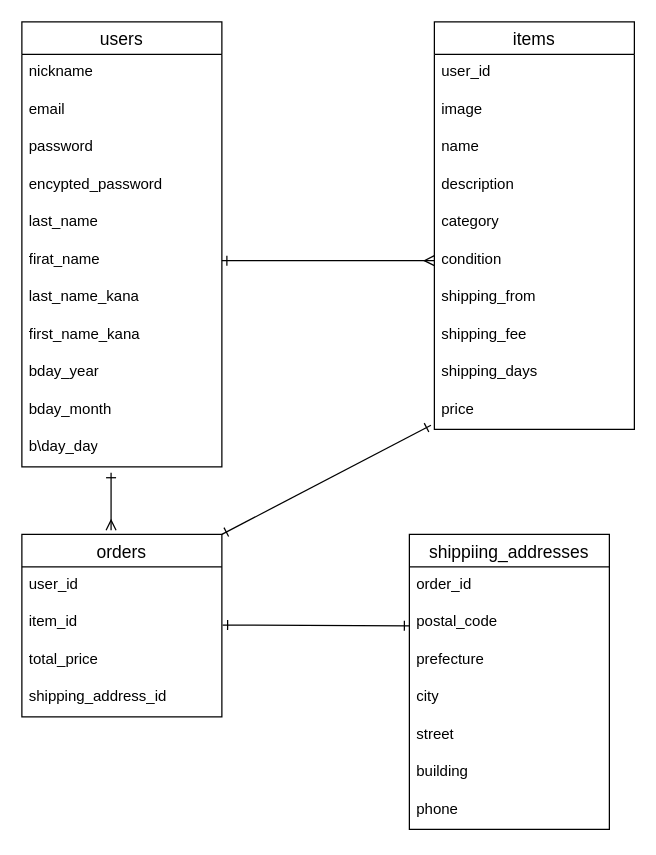
Above: ER.dio in mipei02091218/furima-41811- (draw.io), before the change. Source tidied: cells renumbered, new cells numbered last; positions are measured from the earlier drawing's top-left corner, leaving out a move shared by most shapes. Both pictures are drawn from the tidied source at 125%, with x=0, y=0 at pixel (21, 21).
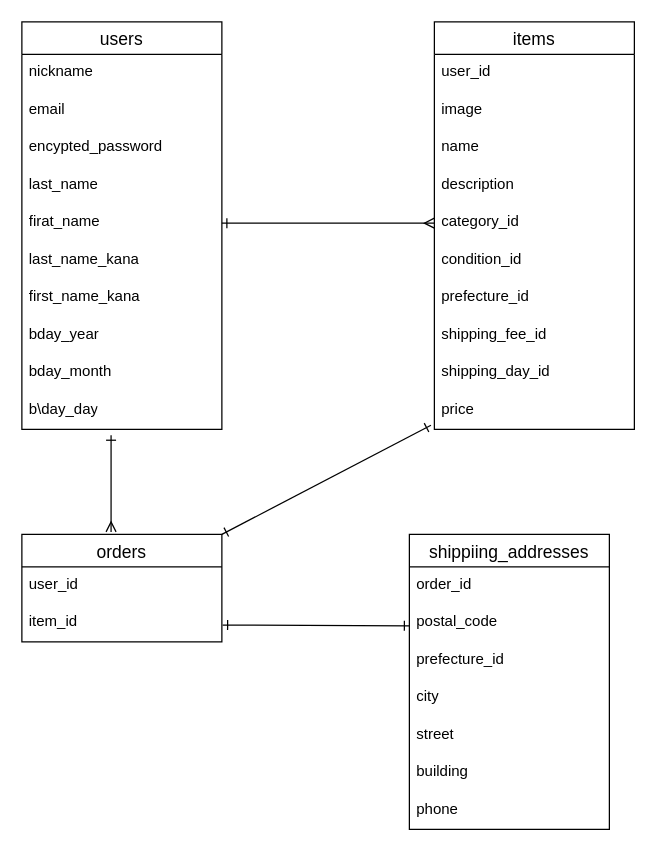
The same page after the edit.

Commit message (it also covers changes not shown here):
ER図とREADMEの修正１

The change refers to these unchanged cells:
```xml
<mxCell id="14" value="items" style="swimlane;fontStyle=0;horizontal=1;startSize=26;align=center;fontSize=14;" parent="1" vertex="1">
  <mxGeometry x="330" width="160" height="326" as="geometry" />
</mxCell>
<mxCell id="30" value="shippiing_addresses" style="swimlane;fontStyle=0;horizontal=1;startSize=26;align=center;fontSize=14;" parent="1" vertex="1">
  <mxGeometry x="310" y="410" width="160" height="236" as="geometry" />
</mxCell>
```

The edit, as a diff of the source:
```diff
@@
     <mxCell id="2" value="users" style="swimlane;fontStyle=0;horizontal=1;startSize=26;align=center;fontSize=14;" parent="1" vertex="1">
-      <mxGeometry width="160" height="356" as="geometry" />
+      <mxGeometry width="160" height="326" as="geometry" />
     </mxCell>
@@
-    <mxCell id="5" value="password" style="text;strokeColor=none;fillColor=none;spacingLeft=4;spacingRight=4;overflow=hidden;fontSize=12;whiteSpace=wrap;html=1;" parent="2" vertex="1">
-      <mxGeometry y="86" width="160" height="30" as="geometry" />
-    </mxCell>
     <mxCell id="6" value="encypted_password" style="text;strokeColor=none;fillColor=none;spacingLeft=4;spacingRight=4;overflow=hidden;fontSize=12;whiteSpace=wrap;html=1;" parent="2" vertex="1">
-      <mxGeometry y="116" width="160" height="30" as="geometry" />
+      <mxGeometry y="86" width="160" height="30" as="geometry" />
     </mxCell>
     <mxCell id="7" value="last_name" style="text;strokeColor=none;fillColor=none;spacingLeft=4;spacingRight=4;overflow=hidden;fontSize=12;whiteSpace=wrap;html=1;" parent="2" vertex="1">
-      <mxGeometry y="146" width="160" height="30" as="geometry" />
+      <mxGeometry y="116" width="160" height="30" as="geometry" />
     </mxCell>
     <mxCell id="8" value="firat_name" style="text;strokeColor=none;fillColor=none;spacingLeft=4;spacingRight=4;overflow=hidden;points=[[0,0.5],[1,0.5]];portConstraint=eastwest;fontSize=12;whiteSpace=wrap;html=1;" parent="2" vertex="1">
-      <mxGeometry y="176" width="160" height="30" as="geometry" />
+      <mxGeometry y="146" width="160" height="30" as="geometry" />
     </mxCell>
     <mxCell id="9" value="last_name_kana" style="text;strokeColor=none;fillColor=none;spacingLeft=4;spacingRight=4;overflow=hidden;fontSize=12;whiteSpace=wrap;html=1;" parent="2" vertex="1">
-      <mxGeometry y="206" width="160" height="30" as="geometry" />
+      <mxGeometry y="176" width="160" height="30" as="geometry" />
     </mxCell>
     <mxCell id="10" value="first_name_kana" style="text;strokeColor=none;fillColor=none;spacingLeft=4;spacingRight=4;overflow=hidden;fontSize=12;whiteSpace=wrap;html=1;" parent="2" vertex="1">
-      <mxGeometry y="236" width="160" height="30" as="geometry" />
+      <mxGeometry y="206" width="160" height="30" as="geometry" />
     </mxCell>
     <mxCell id="11" value="bday_year" style="text;strokeColor=none;fillColor=none;spacingLeft=4;spacingRight=4;overflow=hidden;fontSize=12;whiteSpace=wrap;html=1;" parent="2" vertex="1">
-      <mxGeometry y="266" width="160" height="30" as="geometry" />
+      <mxGeometry y="236" width="160" height="30" as="geometry" />
     </mxCell>
     <mxCell id="12" value="bday_month" style="text;strokeColor=none;fillColor=none;spacingLeft=4;spacingRight=4;overflow=hidden;fontSize=12;whiteSpace=wrap;html=1;" parent="2" vertex="1">
-      <mxGeometry y="296" width="160" height="30" as="geometry" />
+      <mxGeometry y="266" width="160" height="30" as="geometry" />
     </mxCell>
     <mxCell id="13" value="b\day_day" style="text;strokeColor=none;fillColor=none;spacingLeft=4;spacingRight=4;overflow=hidden;points=[[0,0.5],[1,0.5]];portConstraint=eastwest;fontSize=12;whiteSpace=wrap;html=1;" parent="2" vertex="1">
-      <mxGeometry y="326" width="160" height="30" as="geometry" />
+      <mxGeometry y="296" width="160" height="30" as="geometry" />
     </mxCell>
@@
-    <mxCell id="19" value="category" style="text;strokeColor=none;fillColor=none;spacingLeft=4;spacingRight=4;overflow=hidden;points=[[0,0.5],[1,0.5]];portConstraint=eastwest;fontSize=12;whiteSpace=wrap;html=1;" parent="14" vertex="1">
+    <mxCell id="19" value="category_id" style="text;strokeColor=none;fillColor=none;spacingLeft=4;spacingRight=4;overflow=hidden;points=[[0,0.5],[1,0.5]];portConstraint=eastwest;fontSize=12;whiteSpace=wrap;html=1;" parent="14" vertex="1">
       <mxGeometry y="146" width="160" height="30" as="geometry" />
     </mxCell>
-    <mxCell id="20" value="condition" style="text;strokeColor=none;fillColor=none;spacingLeft=4;spacingRight=4;overflow=hidden;points=[[0,0.5],[1,0.5]];portConstraint=eastwest;fontSize=12;whiteSpace=wrap;html=1;" parent="14" vertex="1">
+    <mxCell id="20" value="condition_id" style="text;strokeColor=none;fillColor=none;spacingLeft=4;spacingRight=4;overflow=hidden;points=[[0,0.5],[1,0.5]];portConstraint=eastwest;fontSize=12;whiteSpace=wrap;html=1;" parent="14" vertex="1">
       <mxGeometry y="176" width="160" height="30" as="geometry" />
     </mxCell>
-    <mxCell id="21" value="shipping_from" style="text;strokeColor=none;fillColor=none;spacingLeft=4;spacingRight=4;overflow=hidden;fontSize=12;whiteSpace=wrap;html=1;" parent="14" vertex="1">
+    <mxCell id="21" value="prefecture_id" style="text;strokeColor=none;fillColor=none;spacingLeft=4;spacingRight=4;overflow=hidden;fontSize=12;whiteSpace=wrap;html=1;" parent="14" vertex="1">
       <mxGeometry y="206" width="160" height="30" as="geometry" />
     </mxCell>
-    <mxCell id="22" value="shipping_fee" style="text;strokeColor=none;fillColor=none;spacingLeft=4;spacingRight=4;overflow=hidden;fontSize=12;whiteSpace=wrap;html=1;" parent="14" vertex="1">
+    <mxCell id="22" value="shipping_fee_id" style="text;strokeColor=none;fillColor=none;spacingLeft=4;spacingRight=4;overflow=hidden;fontSize=12;whiteSpace=wrap;html=1;" parent="14" vertex="1">
       <mxGeometry y="236" width="160" height="30" as="geometry" />
     </mxCell>
-    <mxCell id="23" value="shipping_days" style="text;strokeColor=none;fillColor=none;spacingLeft=4;spacingRight=4;overflow=hidden;fontSize=12;whiteSpace=wrap;html=1;" parent="14" vertex="1">
+    <mxCell id="23" value="shipping_day_id" style="text;strokeColor=none;fillColor=none;spacingLeft=4;spacingRight=4;overflow=hidden;fontSize=12;whiteSpace=wrap;html=1;" parent="14" vertex="1">
       <mxGeometry y="266" width="160" height="30" as="geometry" />
     </mxCell>
@@
     <mxCell id="25" value="orders" style="swimlane;fontStyle=0;horizontal=1;startSize=26;align=center;fontSize=14;" parent="1" vertex="1">
-      <mxGeometry y="410" width="160" height="146" as="geometry" />
+      <mxGeometry y="410" width="160" height="86" as="geometry" />
     </mxCell>
@@
-    <mxCell id="28" value="total_price" style="text;strokeColor=none;fillColor=none;spacingLeft=4;spacingRight=4;overflow=hidden;fontSize=12;whiteSpace=wrap;html=1;" parent="25" vertex="1">
-      <mxGeometry y="86" width="160" height="30" as="geometry" />
-    </mxCell>
-    <mxCell id="29" value="shipping_address_id" style="text;strokeColor=none;fillColor=none;spacingLeft=4;spacingRight=4;overflow=hidden;fontSize=12;whiteSpace=wrap;html=1;" parent="25" vertex="1">
-      <mxGeometry y="116" width="160" height="30" as="geometry" />
-    </mxCell>
@@
-    <mxCell id="33" value="prefecture" style="text;strokeColor=none;fillColor=none;spacingLeft=4;spacingRight=4;overflow=hidden;fontSize=12;whiteSpace=wrap;html=1;" parent="30" vertex="1">
+    <mxCell id="33" value="prefecture_id" style="text;strokeColor=none;fillColor=none;spacingLeft=4;spacingRight=4;overflow=hidden;fontSize=12;whiteSpace=wrap;html=1;" parent="30" vertex="1">
       <mxGeometry y="86" width="160" height="30" as="geometry" />
     </mxCell>
@@
-    <mxCell id="38" style="edgeStyle=entityRelationEdgeStyle;fontSize=12;html=1;endArrow=ERmany;exitX=1;exitY=0.5;exitDx=0;exitDy=0;entryX=0;entryY=0.5;entryDx=0;entryDy=0;startArrow=ERone;startFill=0;" parent="1" edge="1" source="8" target="20">
+    <mxCell id="38" style="edgeStyle=entityRelationEdgeStyle;fontSize=12;html=1;endArrow=ERmany;exitX=1;exitY=0.5;exitDx=0;exitDy=0;entryX=0;entryY=0.5;entryDx=0;entryDy=0;startArrow=ERone;startFill=0;" parent="1" edge="1" source="8" target="19">
       <mxGeometry relative="1" as="geometry" />
     </mxCell>
```
